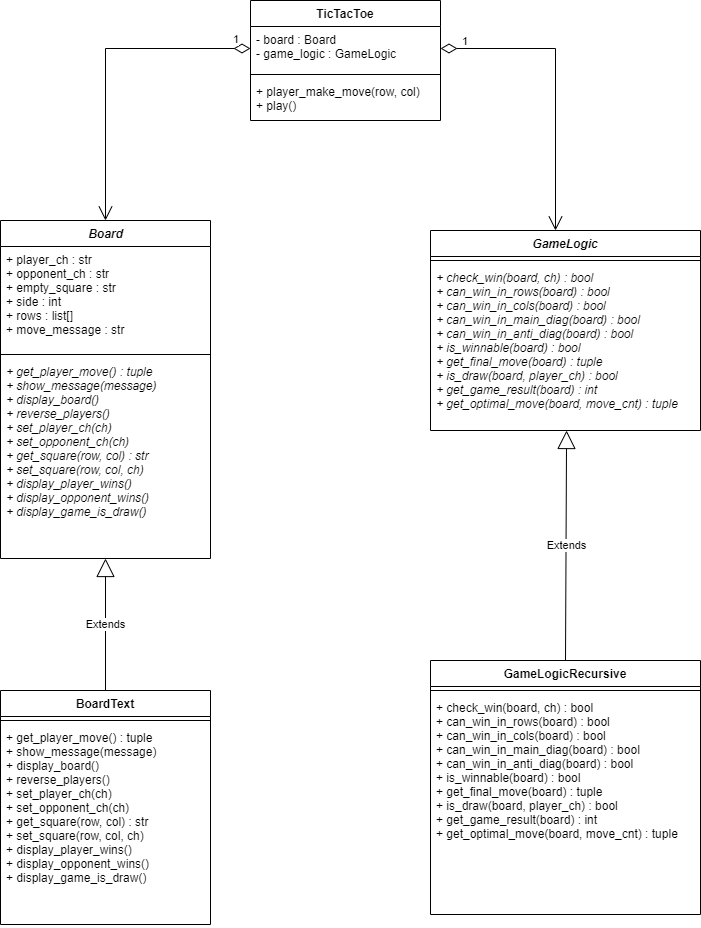
Before: Doc/TicTacToe_Class_Diagram.png, a diagram exported from draw.io (dimitarnn/PythonTicTacToe). Source tidied: cells renumbered, new cells last; positions are measured from the earlier drawing's top-left corner, leaving out a move shared by most shapes.
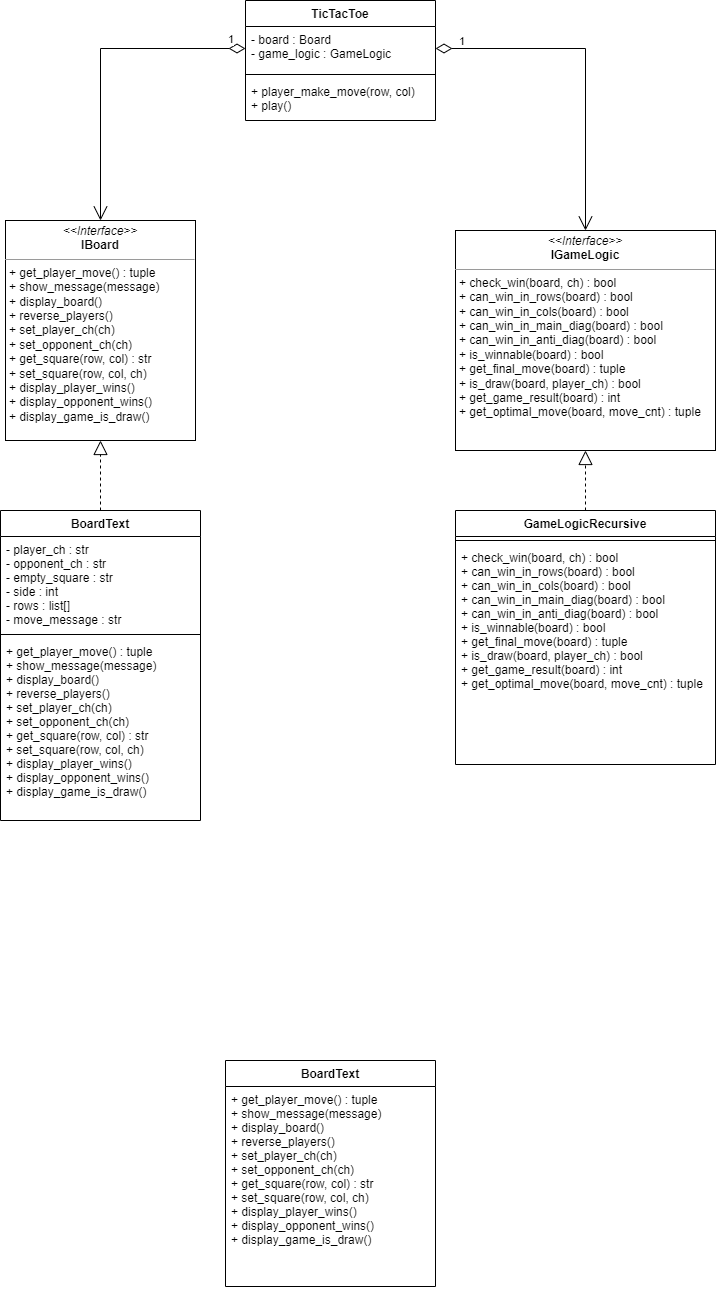
The same file after the commit.

Change to the diagram source:
```diff
@@ -3,22 +3,19 @@
     <mxCell id="0" />
     <mxCell id="1" parent="0" />
     <mxCell id="2" value="BoardText" style="swimlane;fontStyle=1;align=center;verticalAlign=top;horizontal=1;startSize=26;" parent="1" vertex="1">
-      <mxGeometry y="690" width="210" height="234" as="geometry" />
+      <mxGeometry x="230" y="1060" width="210" height="226" as="geometry" />
     </mxCell>
-    <mxCell id="3" style="line;strokeWidth=1;fillColor=none;align=left;verticalAlign=middle;spacingTop=-1;spacingLeft=3;spacingRight=3;labelPosition=right;" parent="2" vertex="1">
-      <mxGeometry y="26" width="210" height="8" as="geometry" />
-    </mxCell>
     <mxCell id="4" value="+ get_player_move() : tuple&#10;+ show_message(message)&#10;+ display_board()&#10;+ reverse_players()&#10;+ set_player_ch(ch)&#10;+ set_opponent_ch(ch)&#10;+ get_square(row, col) : str&#10;+ set_square(row, col, ch)&#10;+ display_player_wins()&#10;+ display_opponent_wins()&#10;+ display_game_is_draw()" style="text;strokeColor=none;fillColor=none;align=left;verticalAlign=top;spacingLeft=4;spacingRight=4;overflow=hidden;" parent="2" vertex="1">
-      <mxGeometry y="34" width="210" height="200" as="geometry" />
+      <mxGeometry y="26" width="210" height="200" as="geometry" />
     </mxCell>
     <mxCell id="5" value="GameLogicRecursive" style="swimlane;fontStyle=1;align=center;verticalAlign=top;horizontal=1;startSize=26;" parent="1" vertex="1">
-      <mxGeometry x="430" y="660" width="270" height="254" as="geometry" />
+      <mxGeometry x="460" y="510" width="260" height="254" as="geometry" />
     </mxCell>
     <mxCell id="6" style="line;strokeWidth=1;fillColor=none;align=left;verticalAlign=middle;spacingTop=-1;spacingLeft=3;spacingRight=3;labelPosition=right;" parent="5" vertex="1">
-      <mxGeometry y="26" width="270" height="8" as="geometry" />
+      <mxGeometry y="26" width="260" height="8" as="geometry" />
     </mxCell>
     <mxCell id="7" value="+ check_win(board, ch) : bool&#10;+ can_win_in_rows(board) : bool&#10;+ can_win_in_cols(board) : bool&#10;+ can_win_in_main_diag(board) : bool&#10;+ can_win_in_anti_diag(board) : bool&#10;+ is_winnable(board) : bool&#10;+ get_final_move(board) : tuple&#10;+ is_draw(board, player_ch) : bool&#10;+ get_game_result(board) : int&#10;+ get_optimal_move(board, move_cnt) : tuple" style="text;strokeColor=none;fillColor=none;align=left;verticalAlign=top;spacingLeft=4;spacingRight=4;overflow=hidden;" parent="5" vertex="1">
-      <mxGeometry y="34" width="270" height="220" as="geometry" />
+      <mxGeometry y="34" width="260" height="220" as="geometry" />
     </mxCell>
     <mxCell id="8" value="TicTacToe" style="swimlane;fontStyle=1;align=center;verticalAlign=top;horizontal=1;startSize=26;" parent="1" vertex="1">
       <mxGeometry x="250" width="190" height="120" as="geometry" />
@@ -37,37 +34,32 @@
         <mxPoint x="105" y="220" as="targetPoint" />
       </mxGeometry>
     </mxCell>
-    <mxCell id="13" value="1" style="endArrow=open;html=1;endSize=12;startArrow=diamondThin;startSize=14;startFill=0;edgeStyle=orthogonalEdgeStyle;align=left;verticalAlign=bottom;rounded=0;exitX=1;exitY=0.5;exitDx=0;exitDy=0;" parent="1" edge="1" source="9">
-      <mxGeometry x="-0.87" y="-2" relative="1" as="geometry">
-        <mxPoint x="555" y="230" as="targetPoint" />
-      </mxGeometry>
+    <mxCell id="13" value="1" style="endArrow=open;html=1;endSize=12;startArrow=diamondThin;startSize=14;startFill=0;edgeStyle=orthogonalEdgeStyle;align=left;verticalAlign=bottom;rounded=0;exitX=1;exitY=0.5;exitDx=0;exitDy=0;entryX=0.5;entryY=0;entryDx=0;entryDy=0;" parent="1" edge="1" source="9" target="29">
+      <mxGeometry x="-0.87" y="-2" relative="1" as="geometry" />
     </mxCell>
-    <mxCell id="14" value="&lt;i&gt;Board&lt;/i&gt;" style="swimlane;fontStyle=1;align=center;verticalAlign=top;horizontal=1;startSize=26;html=1;" parent="1" vertex="1">
-      <mxGeometry y="220" width="210" height="338" as="geometry" />
-    </mxCell>
-    <mxCell id="15" value="+ player_ch : str&#10;+ opponent_ch : str&#10;+ empty_square : str&#10;+ side : int&#10;+ rows : list[]&#10;+ move_message : str" style="text;strokeColor=none;fillColor=none;align=left;verticalAlign=top;spacingLeft=4;spacingRight=4;overflow=hidden;" parent="14" vertex="1">
-      <mxGeometry y="26" width="210" height="104" as="geometry" />
-    </mxCell>
-    <mxCell id="16" style="line;strokeWidth=1;fillColor=none;align=left;verticalAlign=middle;spacingTop=-1;spacingLeft=3;spacingRight=3;labelPosition=right;" parent="14" vertex="1">
-      <mxGeometry y="130" width="210" height="8" as="geometry" />
-    </mxCell>
+    <mxCell id="23" value="BoardText" style="swimlane;fontStyle=1;align=center;verticalAlign=top;horizontal=1;startSize=26;" parent="1" vertex="1">
+      <mxGeometry x="5" y="510" width="200" height="310" as="geometry" />
+    </mxCell>
+    <mxCell id="24" value="- player_ch : str&#10;- opponent_ch : str&#10;- empty_square : str&#10;- side : int&#10;- rows : list[]&#10;- move_message : str" style="text;strokeColor=none;fillColor=none;align=left;verticalAlign=top;spacingLeft=4;spacingRight=4;overflow=hidden;" parent="23" vertex="1">
+      <mxGeometry y="26" width="200" height="94" as="geometry" />
+    </mxCell>
+    <mxCell id="25" style="line;strokeWidth=1;fillColor=none;align=left;verticalAlign=middle;spacingTop=-1;spacingLeft=3;spacingRight=3;labelPosition=right;" parent="23" vertex="1">
+      <mxGeometry y="120" width="200" height="8" as="geometry" />
+    </mxCell>
-    <mxCell id="17" value="+ get_player_move() : tuple&#10;+ show_message(message)&#10;+ display_board()&#10;+ reverse_players()&#10;+ set_player_ch(ch)&#10;+ set_opponent_ch(ch)&#10;+ get_square(row, col) : str&#10;+ set_square(row, col, ch)&#10;+ display_player_wins()&#10;+ display_opponent_wins()&#10;+ display_game_is_draw()" style="text;strokeColor=none;fillColor=none;align=left;verticalAlign=top;spacingLeft=4;spacingRight=4;overflow=hidden;points=[[0,0.5],[1,0.5]];portConstraint=eastwest;fontStyle=2;" parent="14" vertex="1">
-      <mxGeometry y="138" width="210" height="200" as="geometry" />
+    <mxCell id="17" value="+ get_player_move() : tuple&#10;+ show_message(message)&#10;+ display_board()&#10;+ reverse_players()&#10;+ set_player_ch(ch)&#10;+ set_opponent_ch(ch)&#10;+ get_square(row, col) : str&#10;+ set_square(row, col, ch)&#10;+ display_player_wins()&#10;+ display_opponent_wins()&#10;+ display_game_is_draw()" style="text;strokeColor=none;fillColor=none;align=left;verticalAlign=top;spacingLeft=4;spacingRight=4;overflow=hidden;points=[[0,0.5],[1,0.5]];portConstraint=eastwest;" parent="23" vertex="1">
+      <mxGeometry y="128" width="200" height="182" as="geometry" />
     </mxCell>
-    <mxCell id="18" value="GameLogic" style="swimlane;fontStyle=3;align=center;verticalAlign=top;horizontal=1;startSize=26;" parent="1" vertex="1">
-      <mxGeometry x="430" y="230" width="270" height="200" as="geometry" />
-    </mxCell>
-    <mxCell id="19" style="line;strokeWidth=1;fillColor=none;align=left;verticalAlign=middle;spacingTop=-1;spacingLeft=3;spacingRight=3;labelPosition=right;" parent="18" vertex="1">
-      <mxGeometry y="26" width="270" height="8" as="geometry" />
-    </mxCell>
-    <mxCell id="20" value="+ check_win(board, ch) : bool&#10;+ can_win_in_rows(board) : bool&#10;+ can_win_in_cols(board) : bool&#10;+ can_win_in_main_diag(board) : bool&#10;+ can_win_in_anti_diag(board) : bool&#10;+ is_winnable(board) : bool&#10;+ get_final_move(board) : tuple&#10;+ is_draw(board, player_ch) : bool&#10;+ get_game_result(board) : int&#10;+ get_optimal_move(board, move_cnt) : tuple" style="text;strokeColor=none;fillColor=none;align=left;verticalAlign=top;spacingLeft=4;spacingRight=4;overflow=hidden;points=[[0,0.5],[1,0.5]];portConstraint=eastwest;fontStyle=2;" parent="18" vertex="1">
-      <mxGeometry y="34" width="270" height="166" as="geometry" />
-    </mxCell>
-    <mxCell id="21" value="Extends" style="endArrow=block;endSize=16;endFill=0;html=1;rounded=0;exitX=0.5;exitY=0;exitDx=0;exitDy=0;" parent="1" edge="1" source="2" target="17">
-      <mxGeometry relative="1" as="geometry" />
-    </mxCell>
-    <mxCell id="22" value="Extends" style="endArrow=block;endSize=16;endFill=0;html=1;rounded=0;exitX=0.5;exitY=0;exitDx=0;exitDy=0;entryX=0.504;entryY=1;entryDx=0;entryDy=0;entryPerimeter=0;" parent="1" edge="1" source="5" target="20">
-      <mxGeometry relative="1" as="geometry" />
-    </mxCell>
+    <mxCell id="26" style="endArrow=block;dashed=1;endFill=0;endSize=12;html=1;rounded=0;exitX=0.5;exitY=0;exitDx=0;exitDy=0;entryX=0.5;entryY=1;entryDx=0;entryDy=0;" parent="1" edge="1" source="5" target="29">
+      <mxGeometry relative="1" as="geometry" />
+    </mxCell>
+    <mxCell id="27" style="endArrow=block;dashed=1;endFill=0;endSize=12;html=1;rounded=0;exitX=0.5;exitY=0;exitDx=0;exitDy=0;entryX=0.5;entryY=1;entryDx=0;entryDy=0;" parent="1" edge="1" source="23" target="28">
+      <mxGeometry relative="1" as="geometry" />
+    </mxCell>
+    <mxCell id="28" value="&lt;p style=&quot;margin: 0px ; margin-top: 4px ; text-align: center&quot;&gt;&lt;i&gt;&amp;lt;&amp;lt;Interface&amp;gt;&amp;gt;&lt;/i&gt;&lt;br&gt;&lt;b&gt;IBoard&lt;/b&gt;&lt;/p&gt;&lt;hr size=&quot;1&quot;&gt;&lt;p style=&quot;margin: 0px ; margin-left: 4px&quot;&gt;+ get_player_move() : tuple&lt;br style=&quot;padding: 0px ; margin: 0px&quot;&gt;+ show_message(message)&lt;br style=&quot;padding: 0px ; margin: 0px&quot;&gt;+ display_board()&lt;br style=&quot;padding: 0px ; margin: 0px&quot;&gt;+ reverse_players()&lt;br style=&quot;padding: 0px ; margin: 0px&quot;&gt;+ set_player_ch(ch)&lt;br style=&quot;padding: 0px ; margin: 0px&quot;&gt;+ set_opponent_ch(ch)&lt;br style=&quot;padding: 0px ; margin: 0px&quot;&gt;+ get_square(row, col) : str&lt;br style=&quot;padding: 0px ; margin: 0px&quot;&gt;+ set_square(row, col, ch)&lt;br style=&quot;padding: 0px ; margin: 0px&quot;&gt;+ display_player_wins()&lt;br style=&quot;padding: 0px ; margin: 0px&quot;&gt;+ display_opponent_wins()&lt;br style=&quot;padding: 0px ; margin: 0px&quot;&gt;+ display_game_is_draw()&lt;br&gt;&lt;/p&gt;" style="verticalAlign=top;align=left;overflow=fill;fontSize=12;fontFamily=Helvetica;html=1;" parent="1" vertex="1">
+      <mxGeometry x="10" y="220" width="190" height="220" as="geometry" />
+    </mxCell>
+    <mxCell id="29" value="&lt;p style=&quot;margin: 0px ; margin-top: 4px ; text-align: center&quot;&gt;&lt;i&gt;&amp;lt;&amp;lt;Interface&amp;gt;&amp;gt;&lt;/i&gt;&lt;br&gt;&lt;b&gt;IGameLogic&lt;/b&gt;&lt;/p&gt;&lt;hr size=&quot;1&quot;&gt;&lt;p style=&quot;margin: 0px ; margin-left: 4px&quot;&gt;+ check_win(board, ch) : bool&lt;br style=&quot;padding: 0px ; margin: 0px&quot;&gt;+ can_win_in_rows(board) : bool&lt;br style=&quot;padding: 0px ; margin: 0px&quot;&gt;+ can_win_in_cols(board) : bool&lt;br style=&quot;padding: 0px ; margin: 0px&quot;&gt;+ can_win_in_main_diag(board) : bool&lt;br style=&quot;padding: 0px ; margin: 0px&quot;&gt;+ can_win_in_anti_diag(board) : bool&lt;br style=&quot;padding: 0px ; margin: 0px&quot;&gt;+ is_winnable(board) : bool&lt;br style=&quot;padding: 0px ; margin: 0px&quot;&gt;+ get_final_move(board) : tuple&lt;br style=&quot;padding: 0px ; margin: 0px&quot;&gt;+ is_draw(board, player_ch) : bool&lt;br style=&quot;padding: 0px ; margin: 0px&quot;&gt;+ get_game_result(board) : int&lt;br style=&quot;padding: 0px ; margin: 0px&quot;&gt;+ get_optimal_move(board, move_cnt) : tuple&lt;br&gt;&lt;/p&gt;" style="verticalAlign=top;align=left;overflow=fill;fontSize=12;fontFamily=Helvetica;html=1;" parent="1" vertex="1">
+      <mxGeometry x="460" y="230" width="260" height="220" as="geometry" />
+    </mxCell>
   </root>
 </mxGraphModel>
```
